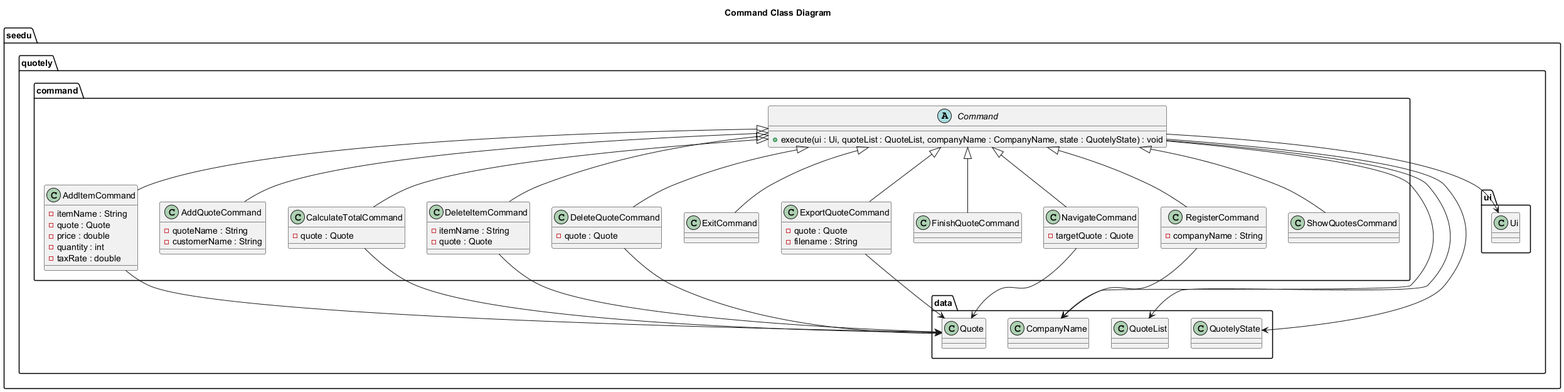
This is uml/commandclassdiagram.png from Tanjy55/tp, a PlantUML export, as it was before one commit. Source of this version:
```plantuml
@startuml
title Command Class Diagram

package "seedu.quotely.command" {
  abstract class Command {
    + execute(ui : Ui, quoteList : QuoteList, companyName : CompanyName, state : QuotelyState) : void
  }

  class AddItemCommand {
    - itemName : String
    - quote : Quote
    - price : double
    - quantity : int
    - taxRate : double
  }

  class AddQuoteCommand {
    - quoteName : String
    - customerName : String
  }

  class CalculateTotalCommand {
    - quote : Quote
  }

  class DeleteItemCommand {
    - itemName : String
    - quote : Quote
  }

  class DeleteQuoteCommand {
    - quote : Quote
  }

  class ExitCommand

  class ExportQuoteCommand {
    - quote : Quote
    - filename : String
  }

  class FinishQuoteCommand

  class NavigateCommand {
    - targetQuote : Quote
  }

  class RegisterCommand {
    - companyName : String
  }

  class ShowQuotesCommand

  Command <|-- AddItemCommand
  Command <|-- AddQuoteCommand
  Command <|-- CalculateTotalCommand
  Command <|-- DeleteItemCommand
  Command <|-- DeleteQuoteCommand
  Command <|-- ExitCommand
  Command <|-- ExportQuoteCommand
  Command <|-- FinishQuoteCommand
  Command <|-- NavigateCommand
  Command <|-- RegisterCommand
  Command <|-- ShowQuotesCommand
}

package "seedu.quotely.data" {
  class Quote
  class QuoteList
  class CompanyName
  class QuotelyState
}

package "seedu.quotely.ui" {
  class Ui
}

AddItemCommand --> Quote
DeleteItemCommand --> Quote
DeleteQuoteCommand --> Quote
CalculateTotalCommand --> Quote
ExportQuoteCommand --> Quote
NavigateCommand --> Quote
RegisterCommand --> CompanyName
Command --> QuoteList
Command --> QuotelyState
Command --> Ui
Command --> CompanyName

@enduml
```
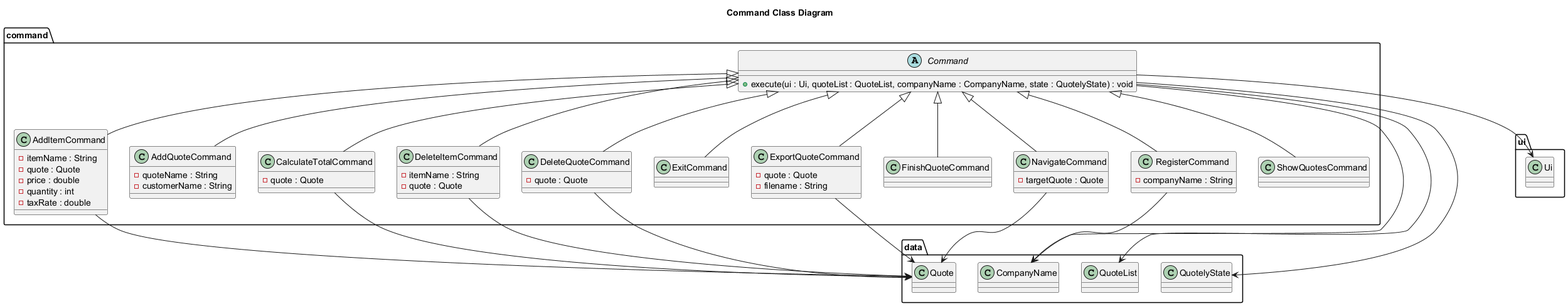
The same diagram one commit later.

The edit, as a diff of the source:
```diff
@@ -1,7 +1,7 @@
 @startuml
 title Command Class Diagram
 
-package "seedu.quotely.command" {
+package "command" {
   abstract class Command {
     + execute(ui : Ui, quoteList : QuoteList, companyName : CompanyName, state : QuotelyState) : void
   }
@@ -64,14 +64,14 @@
   Command <|-- ShowQuotesCommand
 }
 
-package "seedu.quotely.data" {
+package "data" {
   class Quote
   class QuoteList
   class CompanyName
   class QuotelyState
 }
 
-package "seedu.quotely.ui" {
+package "ui" {
   class Ui
 }
 
```
